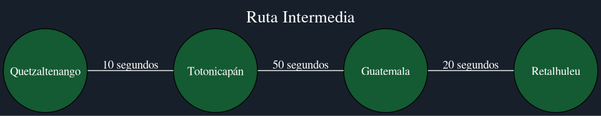
The Graphviz diagram Rapidito/ruta_intermedia.png in Marco131-xel/Edd_Proyecto2, before a commit. Its source is kept beside it as Rapidito/ruta_intermedia.dot.
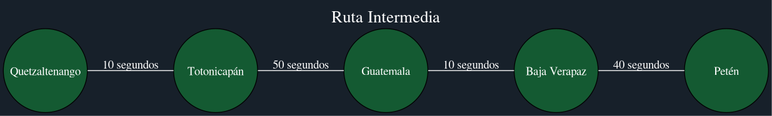
The same file after the commit.

What changed in the source:
```diff
@@ -15,6 +15,9 @@
   "Totonicapán" -- "Guatemala" [label="50 segundos"];
   "Guatemala";
   "Guatemala";
-  "Guatemala" -- "Retalhuleu" [label="20 segundos"];
-  "Retalhuleu";
+  "Guatemala" -- "Baja Verapaz" [label="10 segundos"];
+  "Baja Verapaz";
+  "Baja Verapaz";
+  "Baja Verapaz" -- "Petén" [label="40 segundos"];
+  "Petén";
 }
```
